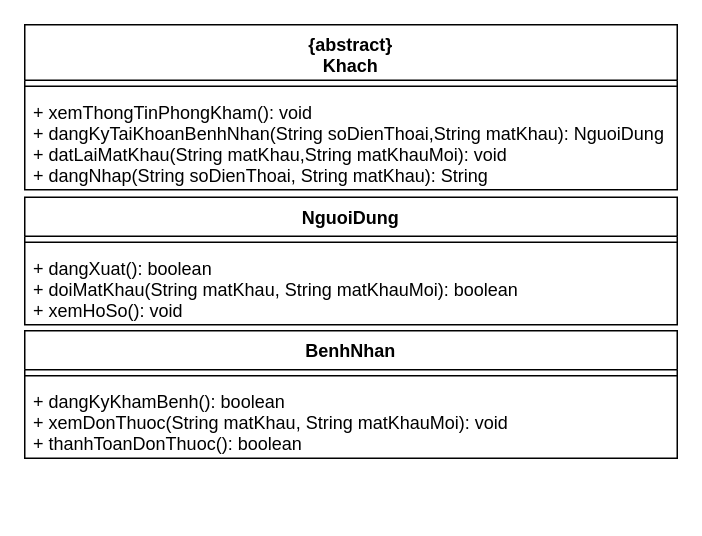
luclegen/medicine16 keeps this draw.io diagram as page "Class" (2 of 3) of designs/luc.drawio. Above is the earlier version. Source tidied: cells renumbered, new cells numbered last; positions are measured from the earlier drawing's top-left corner, leaving out a move shared by most shapes. Both pictures are drawn from the tidied source at 150%, with x=0, y=0 at pixel (24, 24).
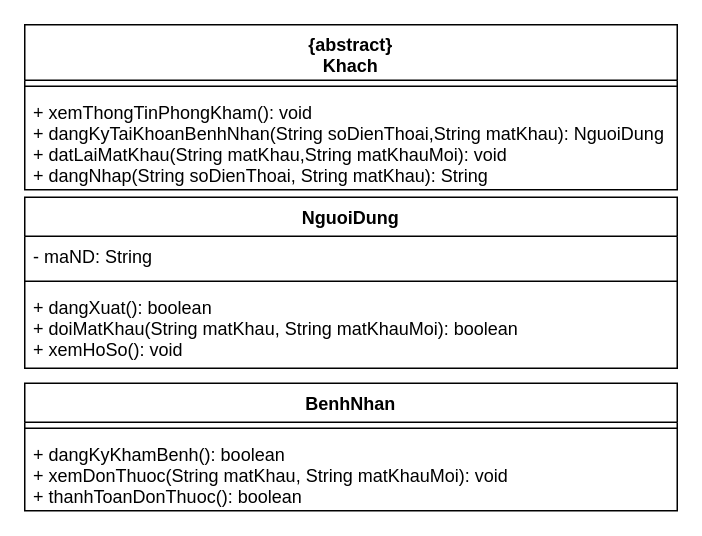
The same page after the edit.

Diff of the diagram source:
```diff
@@
 <mxGraphModel>
   <root>
     <mxCell id="0" />
     <mxCell id="1" parent="0" />
     <mxCell id="2" value="{abstract}&#10;Khach" style="swimlane;fontStyle=1;align=center;verticalAlign=top;horizontal=1;startSize=37;" parent="1" vertex="1">
       <mxGeometry width="435" height="110" as="geometry" />
     </mxCell>
     <mxCell id="3" style="line;strokeWidth=1;fillColor=none;align=left;verticalAlign=middle;spacingTop=-1;spacingLeft=3;spacingRight=3;labelPosition=right;" parent="2" vertex="1">
       <mxGeometry y="37" width="435" height="8" as="geometry" />
     </mxCell>
     <mxCell id="4" value="+ xemThongTinPhongKham(): void&#10;+ dangKyTaiKhoanBenhNhan(String soDienThoai,String matKhau): NguoiDung&#10;+ datLaiMatKhau(String matKhau,String matKhauMoi): void&#10;+ dangNhap(String soDienThoai, String matKhau): String" style="text;strokeColor=none;fillColor=none;align=left;verticalAlign=top;spacingLeft=4;spacingRight=4;overflow=hidden;" parent="2" vertex="1">
       <mxGeometry y="45" width="435" height="65" as="geometry" />
     </mxCell>
-    <mxCell id="5" value="NguoiDung" style="swimlane;fontStyle=1;align=center;verticalAlign=top;horizontal=1;startSize=26;" parent="1" vertex="1">
-      <mxGeometry y="115" width="435" height="85" as="geometry" />
-    </mxCell>
-    <mxCell id="6" style="line;strokeWidth=1;fillColor=none;align=left;verticalAlign=middle;spacingTop=-1;spacingLeft=3;spacingRight=3;labelPosition=right;" parent="5" vertex="1">
-      <mxGeometry y="26" width="435" height="8" as="geometry" />
-    </mxCell>
-    <mxCell id="7" value="+ dangXuat(): boolean&#10;+ doiMatKhau(String matKhau, String matKhauMoi): boolean&#10;+ xemHoSo(): void" style="text;strokeColor=none;fillColor=none;align=left;verticalAlign=top;spacingLeft=4;spacingRight=4;overflow=hidden;" parent="5" vertex="1">
-      <mxGeometry y="34" width="435" height="51" as="geometry" />
-    </mxCell>
     <mxCell id="8" value="BenhNhan" style="swimlane;fontStyle=1;align=center;verticalAlign=top;horizontal=1;startSize=26;" parent="1" vertex="1">
-      <mxGeometry y="204" width="435" height="85" as="geometry" />
+      <mxGeometry y="239" width="435" height="85" as="geometry" />
     </mxCell>
     <mxCell id="9" style="line;strokeWidth=1;fillColor=none;align=left;verticalAlign=middle;spacingTop=-1;spacingLeft=3;spacingRight=3;labelPosition=right;" parent="8" vertex="1">
       <mxGeometry y="26" width="435" height="8" as="geometry" />
     </mxCell>
     <mxCell id="10" value="+ dangKyKhamBenh(): boolean&#10;+ xemDonThuoc(String matKhau, String matKhauMoi): void&#10;+ thanhToanDonThuoc(): boolean" style="text;strokeColor=none;fillColor=none;align=left;verticalAlign=top;spacingLeft=4;spacingRight=4;overflow=hidden;" parent="8" vertex="1">
       <mxGeometry y="34" width="435" height="51" as="geometry" />
     </mxCell>
+    <mxCell id="5" value="NguoiDung" style="swimlane;fontStyle=1;align=center;verticalAlign=top;horizontal=1;startSize=26;" parent="1" vertex="1">
+      <mxGeometry y="115" width="435" height="114" as="geometry" />
+    </mxCell>
+    <mxCell id="11" value="- maND: String" style="text;strokeColor=none;fillColor=none;align=left;verticalAlign=top;spacingLeft=4;spacingRight=4;overflow=hidden;" parent="5" vertex="1">
+      <mxGeometry y="26" width="435" height="26" as="geometry" />
+    </mxCell>
+    <mxCell id="12" style="line;strokeWidth=1;fillColor=none;align=left;verticalAlign=middle;spacingTop=-1;spacingLeft=3;spacingRight=3;labelPosition=right;" parent="5" vertex="1">
+      <mxGeometry y="52" width="435" height="8" as="geometry" />
+    </mxCell>
+    <mxCell id="7" value="+ dangXuat(): boolean&#10;+ doiMatKhau(String matKhau, String matKhauMoi): boolean&#10;+ xemHoSo(): void" style="text;strokeColor=none;fillColor=none;align=left;verticalAlign=top;spacingLeft=4;spacingRight=4;overflow=hidden;" parent="5" vertex="1">
+      <mxGeometry y="60" width="435" height="54" as="geometry" />
+    </mxCell>
   </root>
 </mxGraphModel>
```
